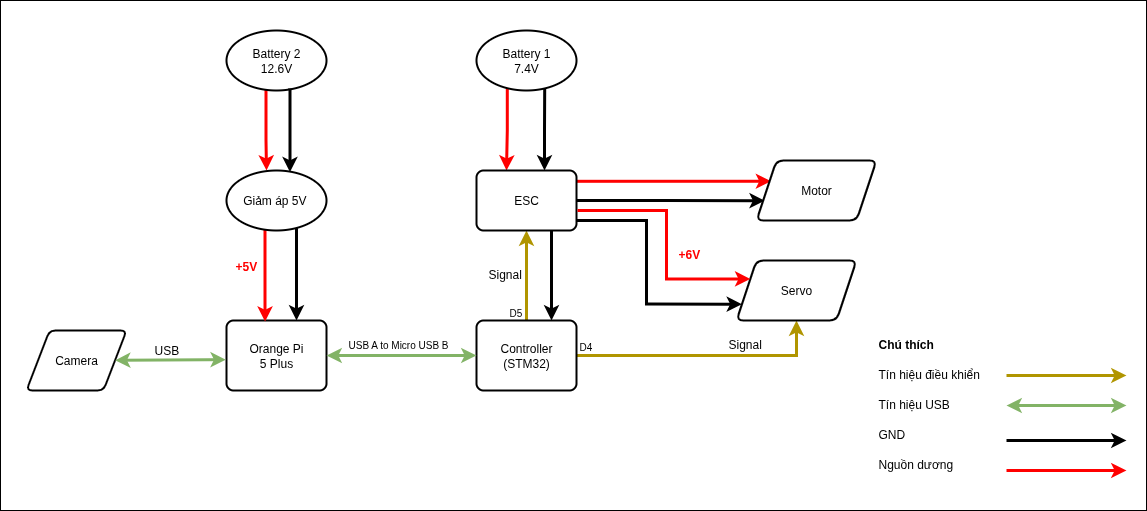
Earlier version of the draw.io export docs/source/hardware/electronics/diagram.png (HieuTran2019/CDS-UTE---Documentation-Project). Source tidied: cells renumbered, new cells last; positions are measured from the earlier drawing's top-left corner, leaving out a move shared by most shapes.
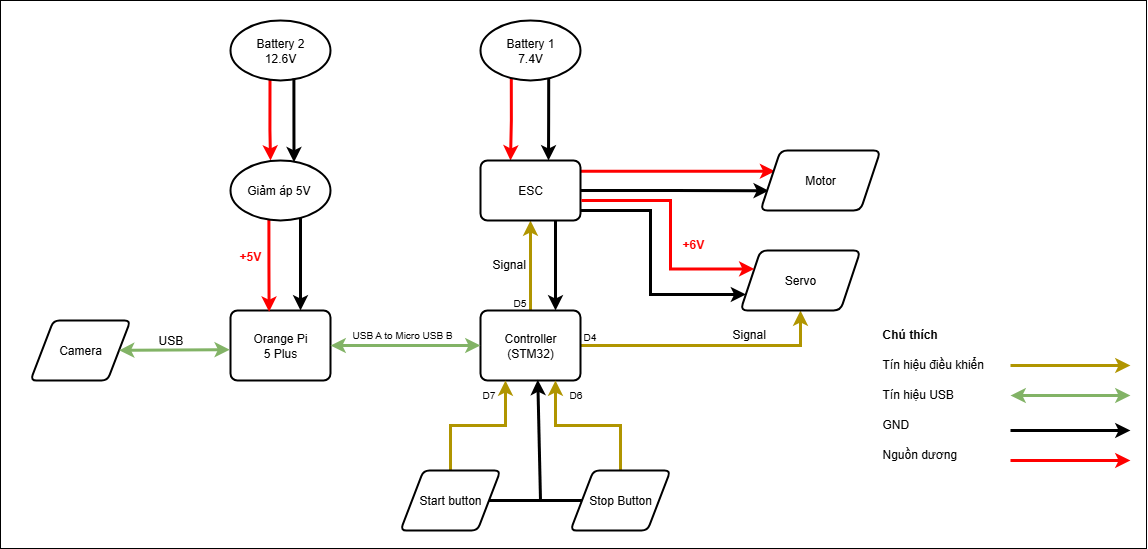
The same diagram one commit later.

The edit, as a diff of the source:
```diff
@@ -3,7 +3,7 @@
     <mxCell id="0" />
     <mxCell id="1" parent="0" />
     <mxCell id="2" style="rounded=0;whiteSpace=wrap;html=1;" parent="1" vertex="1">
-      <mxGeometry width="1146" height="510" as="geometry" />
+      <mxGeometry x="-4" y="10" width="1146" height="548" as="geometry" />
     </mxCell>
     <mxCell id="3" value="Orange Pi&lt;div&gt;5 Plus&lt;/div&gt;" style="rounded=1;whiteSpace=wrap;html=1;absoluteArcSize=1;arcSize=14;strokeWidth=2;" parent="1" vertex="1">
       <mxGeometry x="226" y="320" width="100" height="70" as="geometry" />
@@ -176,5 +176,31 @@
     <mxCell id="43" value="&lt;div style=&quot;text-align: center;&quot;&gt;&lt;b&gt;Chú thích&lt;/b&gt;&lt;/div&gt;" style="text;whiteSpace=wrap;html=1;" parent="1" vertex="1">
       <mxGeometry x="876" y="330" width="130" height="30" as="geometry" />
     </mxCell>
+    <mxCell id="44" style="edgeStyle=orthogonalEdgeStyle;rounded=0;jettySize=auto;html=1;entryX=0.25;entryY=1;entryDx=0;entryDy=0;strokeColor=#B09500;strokeWidth=3;" parent="1" edge="1" source="45" target="8">
+      <mxGeometry relative="1" as="geometry" />
+    </mxCell>
+    <mxCell id="45" value="Start button" style="shape=parallelogram;html=1;strokeWidth=2;perimeter=parallelogramPerimeter;whiteSpace=wrap;rounded=1;arcSize=12;size=0.23;" parent="1" vertex="1">
+      <mxGeometry x="396" y="480" width="100" height="60" as="geometry" />
+    </mxCell>
+    <mxCell id="46" style="edgeStyle=orthogonalEdgeStyle;rounded=0;jettySize=auto;html=1;entryX=0.75;entryY=1;entryDx=0;entryDy=0;strokeColor=#B09500;strokeWidth=3;" parent="1" edge="1" source="47" target="8">
+      <mxGeometry relative="1" as="geometry" />
+    </mxCell>
+    <mxCell id="47" value="Stop Button" style="shape=parallelogram;html=1;strokeWidth=2;perimeter=parallelogramPerimeter;whiteSpace=wrap;rounded=1;arcSize=12;size=0.23;" parent="1" vertex="1">
+      <mxGeometry x="566" y="480" width="100" height="60" as="geometry" />
+    </mxCell>
+    <mxCell id="48" style="endArrow=none;html=1;rounded=0;exitX=1;exitY=0.5;exitDx=0;exitDy=0;entryX=0;entryY=0.5;entryDx=0;entryDy=0;strokeWidth=3;" parent="1" edge="1" source="45" target="47">
+      <mxGeometry relative="1" as="geometry" />
+    </mxCell>
+    <mxCell id="49" style="endArrow=classic;html=1;rounded=0;entryX=0.573;entryY=0.991;entryDx=0;entryDy=0;entryPerimeter=0;strokeWidth=3;" parent="1" edge="1" target="8">
+      <mxGeometry relative="1" as="geometry">
+        <mxPoint x="536" y="510" as="sourcePoint" />
+      </mxGeometry>
+    </mxCell>
+    <mxCell id="50" value="&lt;div style=&quot;text-align: center;&quot;&gt;&lt;font style=&quot;font-size: 10px;&quot;&gt;D7&lt;/font&gt;&lt;/div&gt;" style="text;whiteSpace=wrap;html=1;" parent="1" vertex="1">
+      <mxGeometry x="476" y="390" width="40" height="30" as="geometry" />
+    </mxCell>
+    <mxCell id="51" value="&lt;div style=&quot;text-align: center;&quot;&gt;&lt;font style=&quot;font-size: 10px;&quot;&gt;D6&lt;/font&gt;&lt;/div&gt;" style="text;whiteSpace=wrap;html=1;" parent="1" vertex="1">
+      <mxGeometry x="563" y="390" width="40" height="30" as="geometry" />
+    </mxCell>
   </root>
 </mxGraphModel>
```
